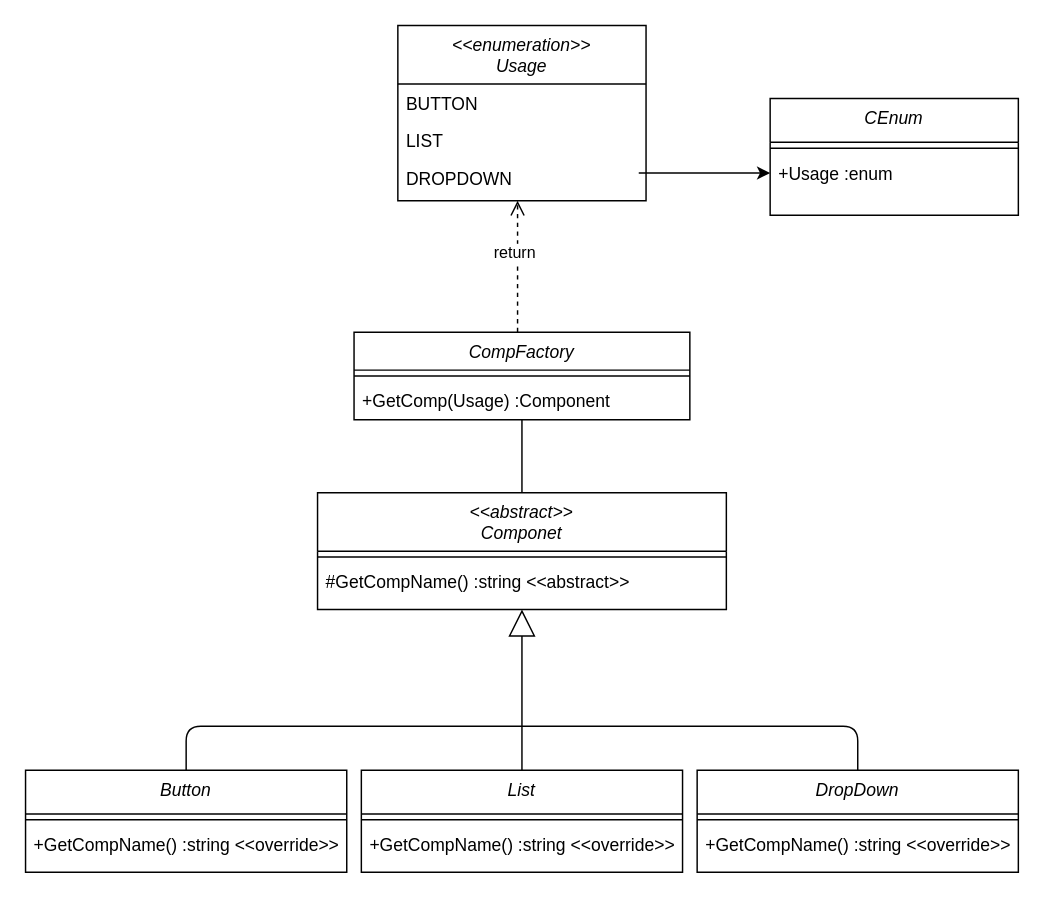
seongguk92/DesignPatternExample keeps this draw.io diagram as page "FactoryMethod" (8 of 14) of Class Diagram.drawio. Above is the earlier version. Source tidied: cells renumbered, new cells numbered last; positions are measured from the earlier drawing's top-left corner, leaving out a move shared by most shapes. Both pictures are drawn from the tidied source at 146%, with x=0, y=0 at pixel (25, 25).
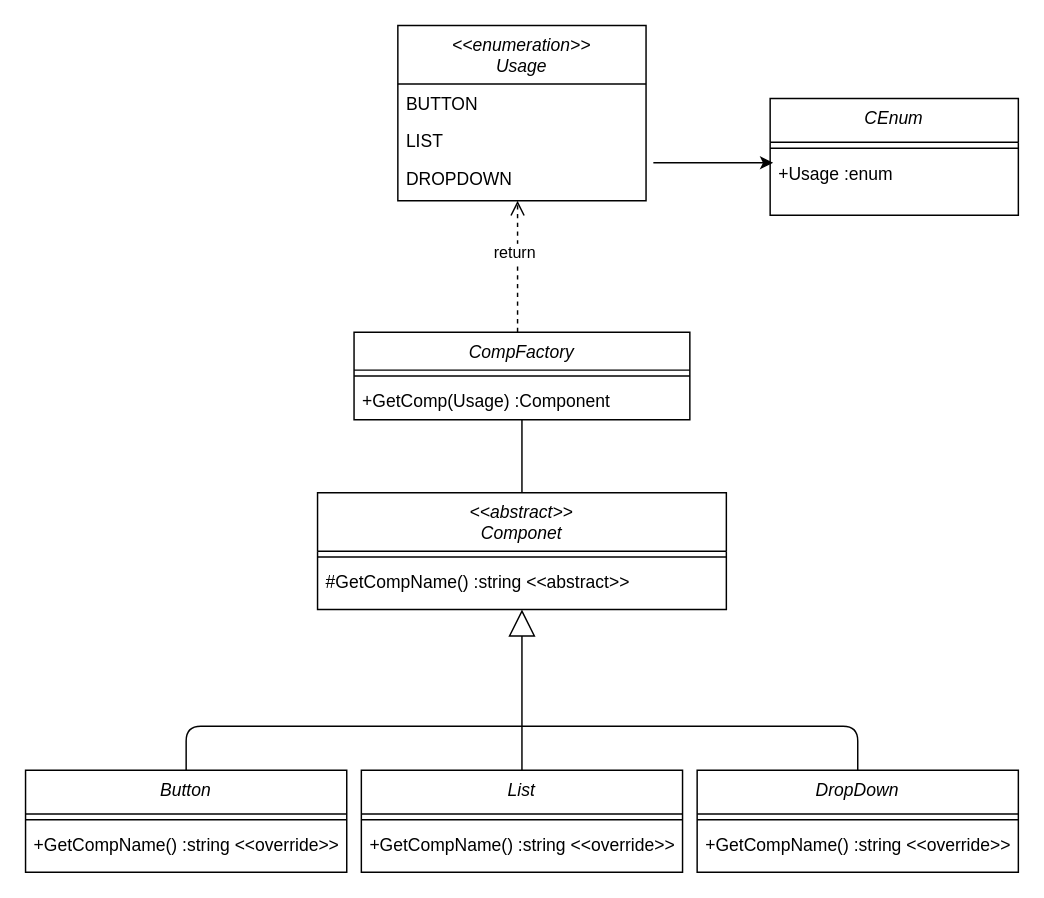
After the change.

The change refers to these unchanged cells:
```xml
<mxCell id="27" value="+Usage :enum" style="text;align=left;verticalAlign=top;spacingLeft=4;spacingRight=4;overflow=hidden;points=[[0,0.5],[1,0.5]];portConstraint=eastwest;" parent="25" vertex="1">
  <mxGeometry y="38" width="170" height="26" as="geometry" />
</mxCell>
```

What changed in the source:
```diff
@@
-    <mxCell id="28" style="endArrow=classic;html=1;" parent="1" edge="1">
+    <mxCell id="28" style="endArrow=classic;html=1;entryX=0.012;entryY=0.231;entryDx=0;entryDy=0;entryPerimeter=0;" parent="1" edge="1" target="27">
       <mxGeometry relative="1" as="geometry">
-        <mxPoint x="420" y="101" as="sourcePoint" />
-        <mxPoint x="510" y="101" as="targetPoint" />
+        <mxPoint x="430" y="94" as="sourcePoint" />
       </mxGeometry>
     </mxCell>
```
